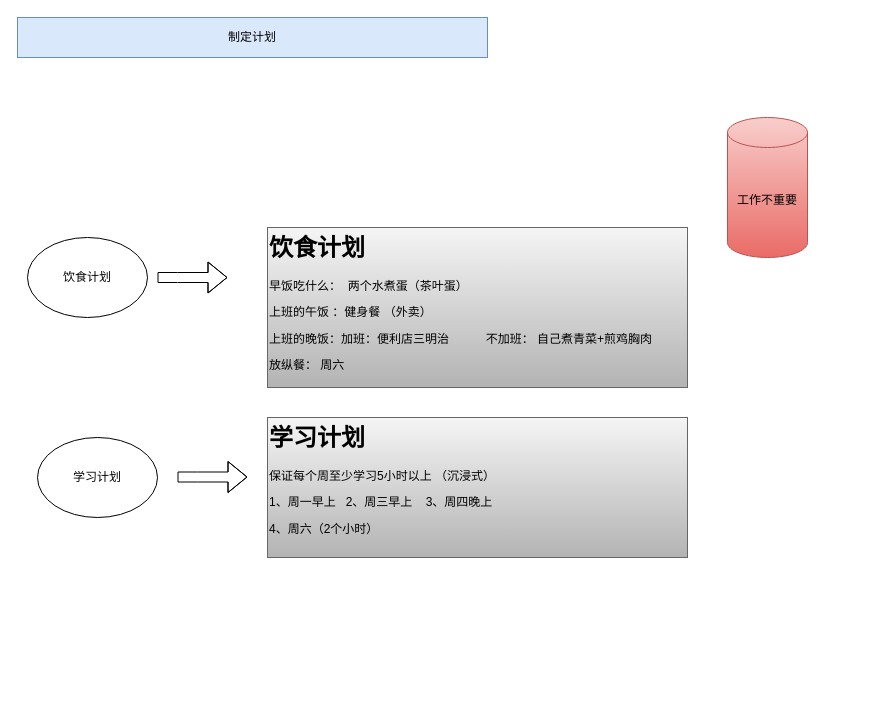
w1041660542/draw.io keeps this draw.io diagram as 关于健身这件事.drawio. Above is the earlier version. Source tidied: cells renumbered, new cells numbered last; positions are measured from the earlier drawing's top-left corner, leaving out a move shared by most shapes. Both pictures are drawn from the tidied source at 100%, with x=0, y=0 at pixel (17, 17).
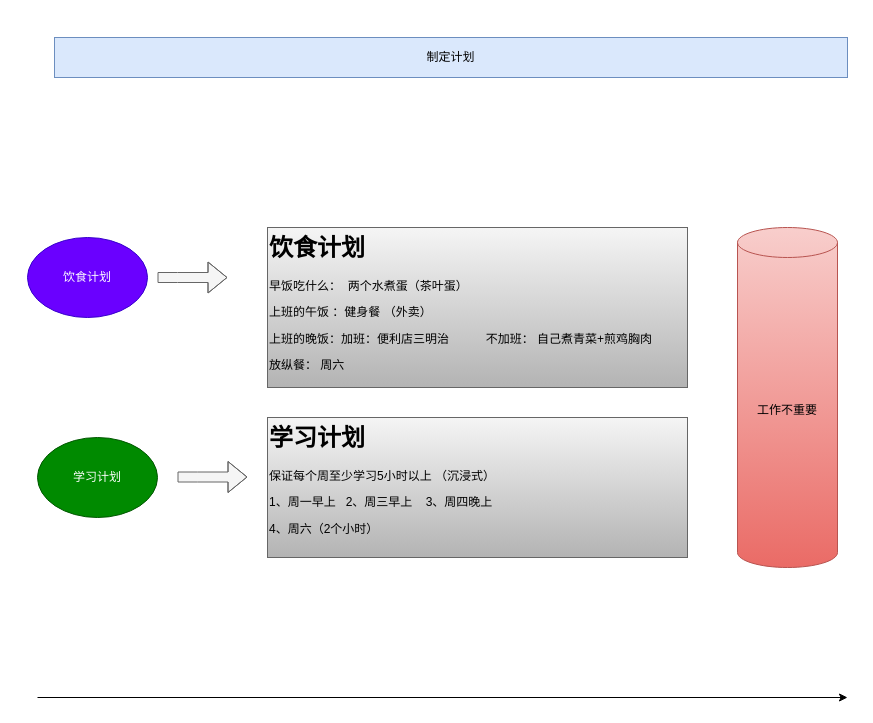
The same page after the edit.

Commit message:
更新关于健身这件事.drawio

The edit, as a diff of the source:
```diff
@@
 <mxGraphModel>
   <root>
     <mxCell id="0" />
     <mxCell id="1" parent="0" />
     <mxCell id="2" value="制定计划" style="rounded=0;whiteSpace=wrap;html=1;fillColor=#dae8fc;strokeColor=#6c8ebf;" parent="1" vertex="1">
-      <mxGeometry width="470" height="40" as="geometry" />
+      <mxGeometry x="37" y="20" width="793" height="40" as="geometry" />
     </mxCell>
-    <mxCell id="3" value="饮食计划" style="ellipse;whiteSpace=wrap;html=1;" parent="1" vertex="1">
+    <mxCell id="3" value="饮食计划" style="ellipse;whiteSpace=wrap;html=1;fillColor=#6a00ff;fontColor=#ffffff;strokeColor=#3700CC;" parent="1" vertex="1">
       <mxGeometry x="10" y="220" width="120" height="80" as="geometry" />
     </mxCell>
-    <mxCell id="4" style="shape=flexArrow;endArrow=classic;html=1;rounded=0;" parent="1" edge="1">
+    <mxCell id="4" style="shape=flexArrow;endArrow=classic;html=1;rounded=0;fillColor=#f5f5f5;strokeColor=#666666;" parent="1" edge="1">
       <mxGeometry relative="1" as="geometry">
         <mxPoint x="140" y="260" as="sourcePoint" />
         <mxPoint x="210" y="260" as="targetPoint" />
         <Array as="points">
           <mxPoint x="160" y="260" />
         </Array>
       </mxGeometry>
     </mxCell>
     <mxCell id="5" value="&lt;h1 style=&quot;margin-top: 0px;&quot;&gt;饮食计划&lt;/h1&gt;&lt;p&gt;早饭吃什么：&amp;nbsp; 两个水煮蛋（茶叶蛋）&lt;/p&gt;&lt;p&gt;上班的午饭 ：健身餐 （外卖）&lt;/p&gt;&lt;p&gt;上班的晚饭：加班：便利店三明治&amp;nbsp; &amp;nbsp; &amp;nbsp; &amp;nbsp; &amp;nbsp; &amp;nbsp;不加班： 自己煮青菜+煎鸡胸肉&lt;/p&gt;&lt;p&gt;&lt;span style=&quot;background-color: initial;&quot;&gt;放纵餐： 周六&amp;nbsp;&lt;/span&gt;&lt;/p&gt;&lt;p&gt;&lt;span style=&quot;background-color: initial;&quot;&gt;&amp;nbsp;&lt;/span&gt;&lt;br&gt;&lt;/p&gt;" style="text;html=1;whiteSpace=wrap;overflow=hidden;rounded=0;fillColor=#f5f5f5;gradientColor=#b3b3b3;strokeColor=#666666;" parent="1" vertex="1">
       <mxGeometry x="250" y="210" width="420" height="160" as="geometry" />
     </mxCell>
-    <mxCell id="6" value="学习计划" style="ellipse;whiteSpace=wrap;html=1;" parent="1" vertex="1">
+    <mxCell id="6" value="学习计划" style="ellipse;whiteSpace=wrap;html=1;fillColor=#008a00;fontColor=#ffffff;strokeColor=#005700;" parent="1" vertex="1">
       <mxGeometry x="20" y="420" width="120" height="80" as="geometry" />
     </mxCell>
-    <mxCell id="7" style="shape=flexArrow;endArrow=classic;html=1;rounded=0;" parent="1" edge="1">
+    <mxCell id="7" style="shape=flexArrow;endArrow=classic;html=1;rounded=0;fillColor=#f5f5f5;strokeColor=#666666;" parent="1" edge="1">
       <mxGeometry relative="1" as="geometry">
         <mxPoint x="160" y="459.5" as="sourcePoint" />
         <mxPoint x="230" y="459.5" as="targetPoint" />
         <Array as="points">
           <mxPoint x="180" y="459.5" />
         </Array>
       </mxGeometry>
     </mxCell>
     <mxCell id="8" value="&lt;h1 style=&quot;margin-top: 0px;&quot;&gt;学习计划&lt;/h1&gt;&lt;p&gt;保证每个周至少学习5小时以上 （沉浸式）&lt;/p&gt;&lt;p&gt;1、周一早上&amp;nbsp; &amp;nbsp;2、周三早上&amp;nbsp; &amp;nbsp; 3、周四晚上&amp;nbsp;&amp;nbsp;&lt;/p&gt;&lt;p&gt;4、周六（2个小时）&lt;/p&gt;&lt;p&gt;&lt;br&gt;&lt;/p&gt;&lt;p&gt;&lt;br&gt;&lt;/p&gt;&lt;p&gt;&lt;br&gt;&lt;/p&gt;" style="text;html=1;whiteSpace=wrap;overflow=hidden;rounded=0;fillColor=#f5f5f5;gradientColor=#b3b3b3;strokeColor=#666666;" parent="1" vertex="1">
       <mxGeometry x="250" y="400" width="420" height="140" as="geometry" />
     </mxCell>
     <mxCell id="9" value="工作不重要" style="shape=cylinder3;whiteSpace=wrap;html=1;boundedLbl=1;backgroundOutline=1;size=15;fillColor=#f8cecc;gradientColor=#ea6b66;strokeColor=#b85450;" parent="1" vertex="1">
-      <mxGeometry x="710" y="100" width="80" height="140" as="geometry" />
+      <mxGeometry x="720" y="210" width="100" height="340" as="geometry" />
     </mxCell>
+    <mxCell id="10" style="endArrow=classic;html=1;rounded=0;" parent="1" edge="1">
+      <mxGeometry relative="1" as="geometry">
+        <mxPoint x="20" y="680" as="sourcePoint" />
+        <mxPoint x="830" y="680" as="targetPoint" />
+      </mxGeometry>
+    </mxCell>
   </root>
 </mxGraphModel>
```
